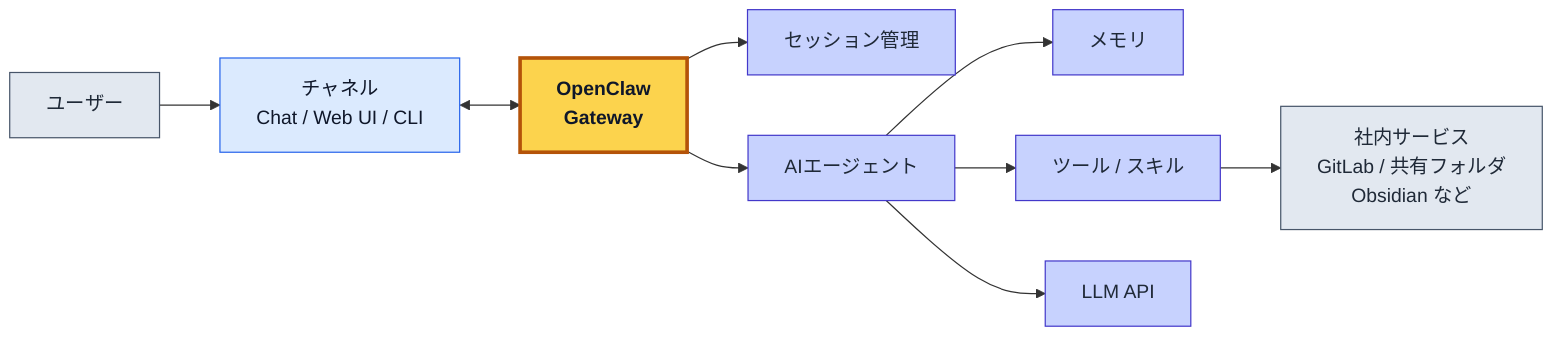
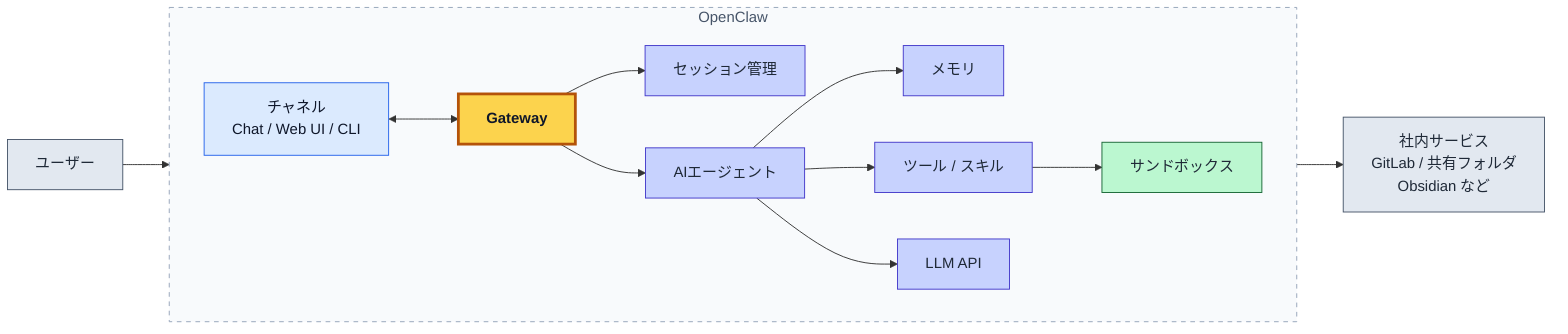
flowchart LR
-     U[ユーザー] --> C[チャネル<br/>Chat / Web UI / CLI]
-     C <--> G[OpenClaw<br/>Gateway]
-     G --> S[セッション管理]
-     G --> A[AIエージェント]
-     A --> M[メモリ]
-     A --> T[ツール / スキル]
-     A --> L[LLM API]
-     T --> X[社内サービス<br/>GitLab / 共有フォルダ<br/>Obsidian など]
+     U[ユーザー]
+ 
+     subgraph OC ["OpenClaw"]
+         direction LR
+         C[チャネル<br/>Chat / Web UI / CLI]
+         G[Gateway]
+         S[セッション管理]
+         A[AIエージェント]
+         M[メモリ]
+         T[ツール / スキル]
+         SB[サンドボックス]
+         L[LLM API]
+     end
+ 
+     X[社内サービス<br/>GitLab / 共有フォルダ<br/>Obsidian など]
+ 
+     U --> C
+     C <--> G
+     G --> S
+     G --> A
+     A --> M
+     A --> T
+     A --> L
+     T --> SB
+     SB --> X

    classDef external fill:#e2e8f0,stroke:#475569,color:#1f2937
    classDef channel  fill:#dbeafe,stroke:#2563eb,color:#0f172a
    classDef gateway  fill:#fcd34d,stroke:#b45309,color:#0f172a,stroke-width:3px,font-weight:bold
    classDef internal fill:#c7d2fe,stroke:#4338ca,color:#1f2937
+     classDef sandbox  fill:#bbf7d0,stroke:#166534,color:#1f2937

    class U,X external
    class C channel
    class G gateway
    class S,A,M,T,L internal
+     class SB sandbox
+ 
+     style OC fill:#f8fafc,stroke:#94a3b8,stroke-dasharray:5 5,color:#475569
